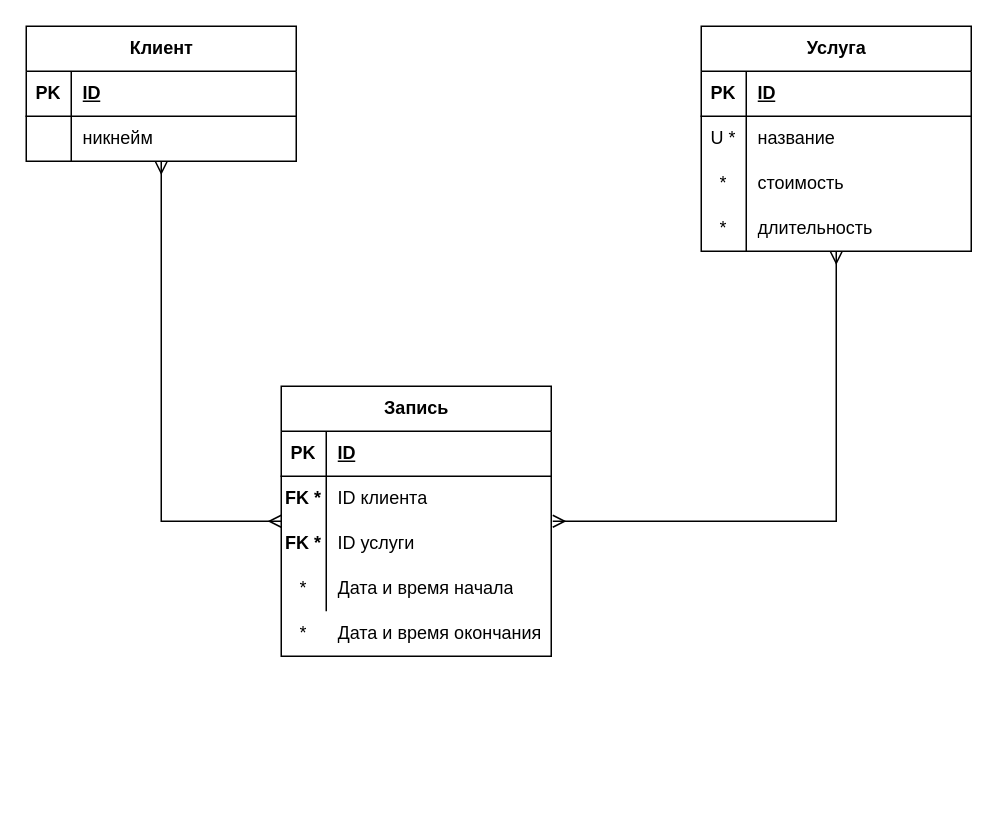
Rishat-F/secretary keeps this draw.io diagram as docs/Прототип/Системный анализ/Логическая схема БД.drawio. Above is the earlier version. Source tidied: cells renumbered, new cells numbered last; positions are measured from the earlier drawing's top-left corner, leaving out a move shared by most shapes. Both pictures are drawn from the tidied source at 150%, with x=0, y=0 at pixel (26, 26).
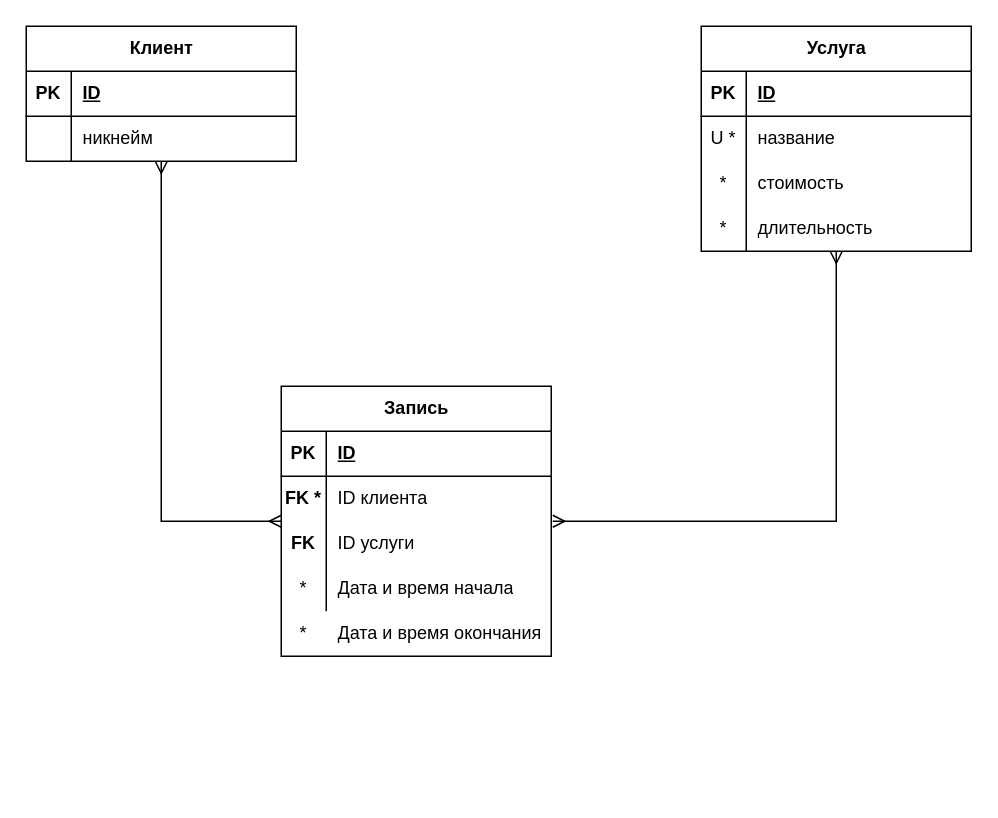
After the change.

Commit message:
docs: поправлена логическая схема БД

Поставщик услуг должен иметь возможность удалять услуги.
Но записи, ссылающиеся на удаленную услугу, должны оставаться
(с изменением id услуги на NULL)

Closed #42 docs

Unchanged cells that the change refers to:
```xml
<mxCell id="26" style="group;" parent="22" vertex="1">
  <mxGeometry width="180" height="180" as="geometry" />
</mxCell>
```

What changed in the source:
```diff
@@
-    <mxCell id="40" value="FK *" style="shape=partialRectangle;fillColor=none;top=0;left=0;bottom=0;right=0;fontStyle=1;overflow=hidden;whiteSpace=wrap;html=1;" parent="26" vertex="1">
+    <mxCell id="40" value="FK" style="shape=partialRectangle;fillColor=none;top=0;left=0;bottom=0;right=0;fontStyle=1;overflow=hidden;whiteSpace=wrap;html=1;" parent="26" vertex="1">
       <mxGeometry y="90" width="30" height="30" as="geometry" />
     </mxCell>
```
